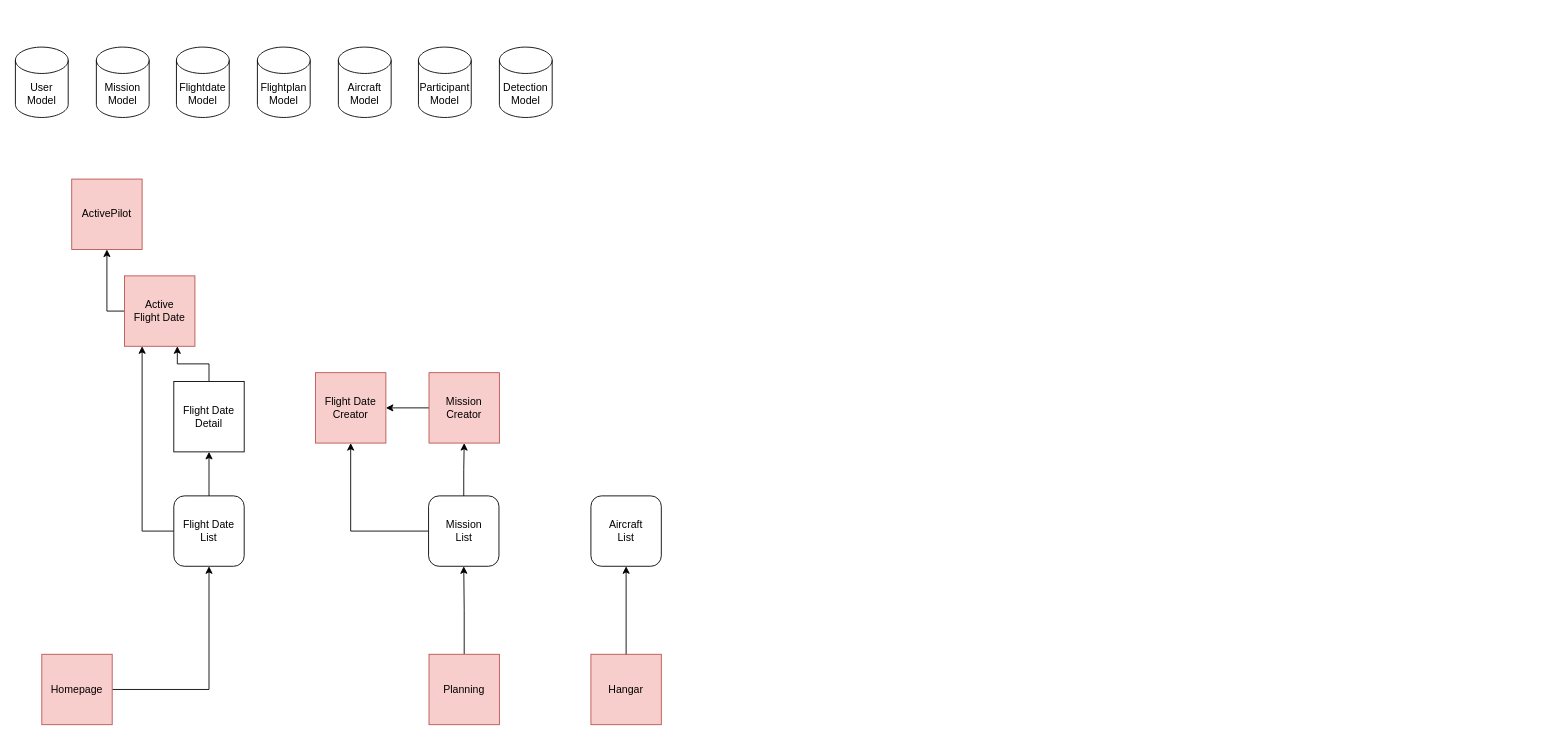
The draw.io diagram mvp.drawio in FawnRescue/planning, before the edit. Source tidied: cells renumbered, new cells numbered last; positions are measured from the earlier drawing's top-left corner, leaving out a move shared by most shapes. Both pictures are drawn from the tidied source at 88%, with x=0, y=0 at pixel (15, 47).
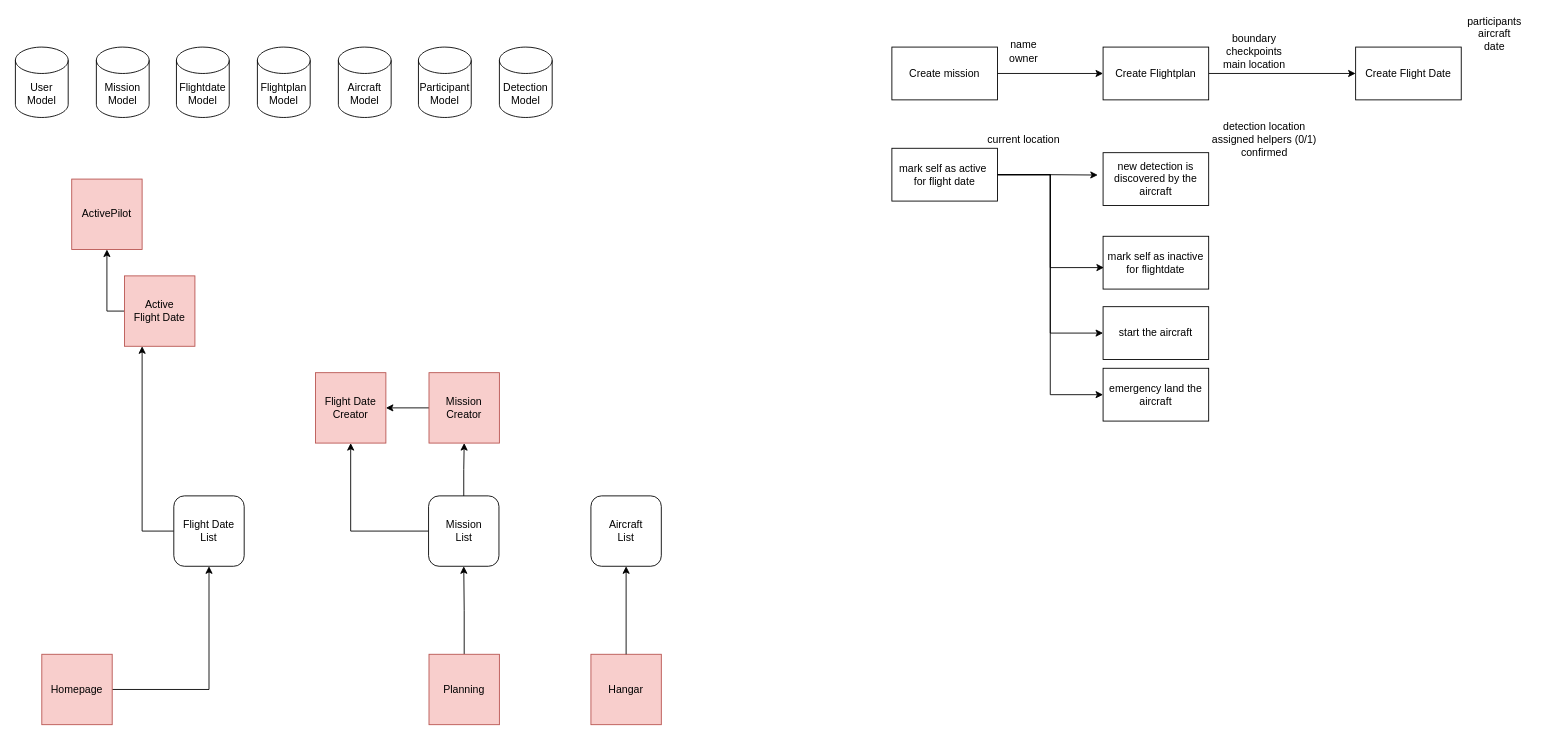
The same page after the edit.

The change refers to these unchanged cells:
```xml
<mxCell id="17" value="&lt;div&gt;Flight Date&lt;/div&gt;&lt;div&gt;List&lt;br&gt;&lt;/div&gt;" style="whiteSpace=wrap;html=1;rounded=1;" parent="1" vertex="1">
  <mxGeometry x="180" y="510" width="80" height="80" as="geometry" />
</mxCell>
<mxCell id="27" value="&lt;div&gt;Active&lt;/div&gt;&lt;div&gt;Flight Date&lt;br&gt;&lt;/div&gt;" style="whiteSpace=wrap;html=1;fillColor=#f8cecc;strokeColor=#b85450;" parent="1" vertex="1">
  <mxGeometry x="124" y="260" width="80" height="80" as="geometry" />
</mxCell>
```

What changed in the source:
```diff
@@
-    <mxCell id="15" style="edgeStyle=orthogonalEdgeStyle;rounded=0;jettySize=auto;html=1;entryX=0.5;entryY=1;entryDx=0;entryDy=0;" parent="1" edge="1" source="17" target="19">
-      <mxGeometry relative="1" as="geometry" />
-    </mxCell>
@@
-    <mxCell id="18" style="edgeStyle=orthogonalEdgeStyle;rounded=0;jettySize=auto;html=1;exitX=0.5;exitY=0;exitDx=0;exitDy=0;entryX=0.75;entryY=1;entryDx=0;entryDy=0;" parent="1" edge="1" source="19" target="27">
-      <mxGeometry relative="1" as="geometry" />
-    </mxCell>
-    <mxCell id="19" value="&lt;div&gt;Flight Date&lt;/div&gt;&lt;div&gt;Detail&lt;br&gt;&lt;/div&gt;" style="whiteSpace=wrap;html=1;" parent="1" vertex="1">
-      <mxGeometry x="180" y="380" width="80" height="80" as="geometry" />
-    </mxCell>
@@
+    <mxCell id="30" style="edgeStyle=orthogonalEdgeStyle;rounded=0;jettySize=auto;html=1;exitX=1;exitY=0.5;exitDx=0;exitDy=0;" parent="1" edge="1" source="31" target="33">
+      <mxGeometry relative="1" as="geometry" />
+    </mxCell>
+    <mxCell id="31" value="&lt;div&gt;Create mission&lt;/div&gt;" style="rounded=0;whiteSpace=wrap;html=1;" parent="1" vertex="1">
+      <mxGeometry x="996" width="120" height="60" as="geometry" />
+    </mxCell>
+    <mxCell id="32" style="edgeStyle=orthogonalEdgeStyle;rounded=0;jettySize=auto;html=1;entryX=0;entryY=0.5;entryDx=0;entryDy=0;" parent="1" edge="1" source="33" target="36">
+      <mxGeometry relative="1" as="geometry" />
+    </mxCell>
+    <mxCell id="33" value="Create Flightplan" style="rounded=0;whiteSpace=wrap;html=1;" parent="1" vertex="1">
+      <mxGeometry x="1236" width="120" height="60" as="geometry" />
+    </mxCell>
+    <mxCell id="34" value="&lt;div&gt;name&lt;/div&gt;&lt;div&gt;owner&lt;br&gt;&lt;/div&gt;" style="text;html=1;strokeColor=none;fillColor=none;align=center;verticalAlign=middle;whiteSpace=wrap;rounded=0;" parent="1" vertex="1">
+      <mxGeometry x="1116" y="-10" width="60" height="30" as="geometry" />
+    </mxCell>
+    <mxCell id="35" value="&lt;div&gt;boundary&lt;/div&gt;&lt;div&gt;checkpoints&lt;/div&gt;&lt;div&gt;main location&lt;br&gt;&lt;/div&gt;" style="text;html=1;strokeColor=none;fillColor=none;align=center;verticalAlign=middle;whiteSpace=wrap;rounded=0;" parent="1" vertex="1">
+      <mxGeometry x="1353" y="-10" width="110" height="30" as="geometry" />
+    </mxCell>
+    <mxCell id="36" value="Create Flight Date" style="rounded=0;whiteSpace=wrap;html=1;" parent="1" vertex="1">
+      <mxGeometry x="1523" width="120" height="60" as="geometry" />
+    </mxCell>
+    <mxCell id="37" value="&lt;div&gt;participants&lt;/div&gt;&lt;div&gt;aircraft&lt;/div&gt;&lt;div&gt;date&lt;/div&gt;" style="text;html=1;strokeColor=none;fillColor=none;align=center;verticalAlign=middle;whiteSpace=wrap;rounded=0;" parent="1" vertex="1">
+      <mxGeometry x="1626" y="-30" width="110" height="30" as="geometry" />
+    </mxCell>
+    <mxCell id="38" style="edgeStyle=orthogonalEdgeStyle;rounded=0;jettySize=auto;html=1;exitX=1;exitY=0.5;exitDx=0;exitDy=0;" parent="1" edge="1" source="41">
+      <mxGeometry relative="1" as="geometry">
+        <mxPoint x="1230" y="145.4" as="targetPoint" />
+      </mxGeometry>
+    </mxCell>
+    <mxCell id="39" style="edgeStyle=orthogonalEdgeStyle;rounded=0;jettySize=auto;html=1;exitX=1;exitY=0.5;exitDx=0;exitDy=0;entryX=0;entryY=0.5;entryDx=0;entryDy=0;" parent="1" edge="1" source="41" target="47">
+      <mxGeometry relative="1" as="geometry" />
+    </mxCell>
+    <mxCell id="40" style="edgeStyle=orthogonalEdgeStyle;rounded=0;jettySize=auto;html=1;exitX=1;exitY=0.5;exitDx=0;exitDy=0;entryX=0;entryY=0.5;entryDx=0;entryDy=0;" parent="1" edge="1" source="41" target="48">
+      <mxGeometry relative="1" as="geometry" />
+    </mxCell>
+    <mxCell id="41" value="&lt;div&gt;mark self as active&amp;nbsp; for flight date&lt;br&gt;&lt;/div&gt;" style="rounded=0;whiteSpace=wrap;html=1;" parent="1" vertex="1">
+      <mxGeometry x="996" y="115" width="120" height="60" as="geometry" />
+    </mxCell>
+    <mxCell id="42" value="current location" style="text;html=1;strokeColor=none;fillColor=none;align=center;verticalAlign=middle;whiteSpace=wrap;rounded=0;" parent="1" vertex="1">
+      <mxGeometry x="1091" y="90" width="110" height="30" as="geometry" />
+    </mxCell>
+    <mxCell id="43" value="new detection is discovered by the aircraft" style="rounded=0;whiteSpace=wrap;html=1;" parent="1" vertex="1">
+      <mxGeometry x="1236" y="120" width="120" height="60" as="geometry" />
+    </mxCell>
+    <mxCell id="44" value="&lt;div&gt;mark self as inactive for flightdate&lt;br&gt;&lt;/div&gt;" style="rounded=0;whiteSpace=wrap;html=1;" parent="1" vertex="1">
+      <mxGeometry x="1236" y="215" width="120" height="60" as="geometry" />
+    </mxCell>
+    <mxCell id="45" value="&lt;div&gt;detection location&lt;/div&gt;&lt;div&gt;assigned helpers (0/1)&lt;/div&gt;&lt;div&gt;confirmed&lt;br&gt;&lt;/div&gt;" style="text;html=1;strokeColor=none;fillColor=none;align=center;verticalAlign=middle;whiteSpace=wrap;rounded=0;" parent="1" vertex="1">
+      <mxGeometry x="1340" y="90" width="159" height="30" as="geometry" />
+    </mxCell>
+    <mxCell id="46" style="edgeStyle=orthogonalEdgeStyle;rounded=0;jettySize=auto;html=1;entryX=0.008;entryY=0.593;entryDx=0;entryDy=0;entryPerimeter=0;" parent="1" edge="1" source="41" target="44">
+      <mxGeometry relative="1" as="geometry" />
+    </mxCell>
+    <mxCell id="47" value="start the aircraft" style="rounded=0;whiteSpace=wrap;html=1;" parent="1" vertex="1">
+      <mxGeometry x="1236" y="295" width="120" height="60" as="geometry" />
+    </mxCell>
+    <mxCell id="48" value="emergency land the aircraft" style="rounded=0;whiteSpace=wrap;html=1;" parent="1" vertex="1">
+      <mxGeometry x="1236" y="365" width="120" height="60" as="geometry" />
+    </mxCell>
```
